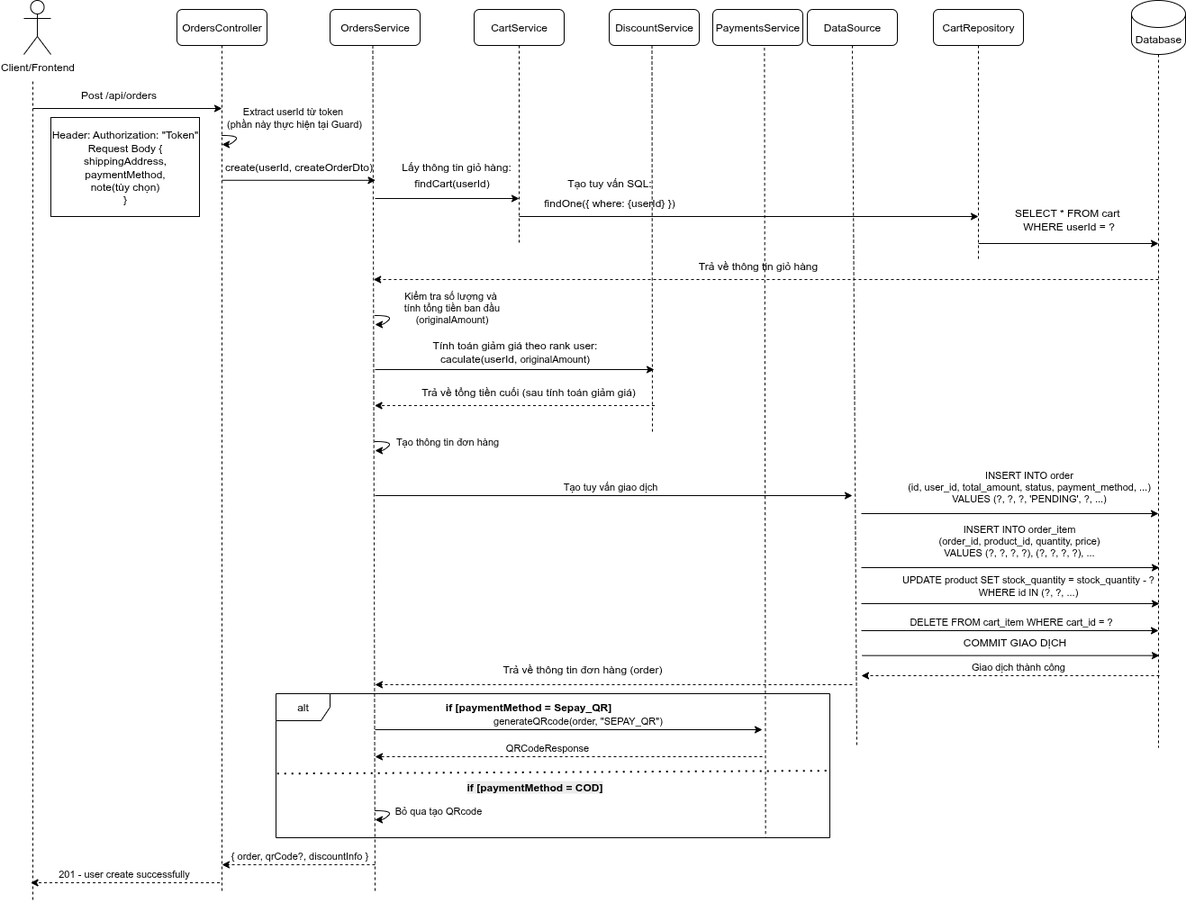
Earlier version of the draw.io export Diagrams/Biểu đồ luồng đăt hàng.drawio.png (HaoNgo232/laptop-shop). Source tidied: cells renumbered, new cells last; positions are measured from the earlier drawing's top-left corner, leaving out a move shared by most shapes.
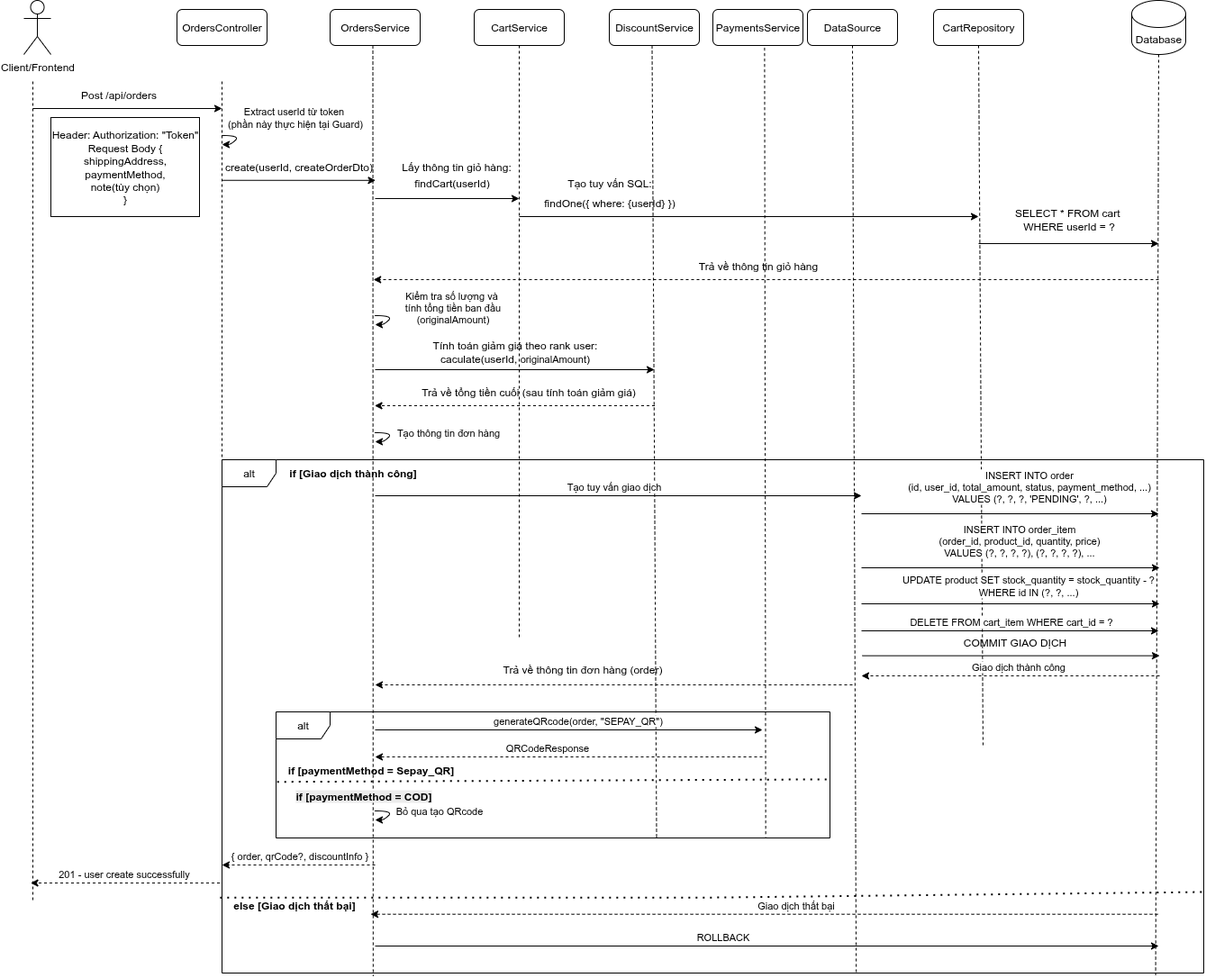
After the commit.

Diff of the diagram source:
```diff
@@ -14,8 +14,9 @@
     <mxCell id="4" value="OrdersController" style="rounded=1;whiteSpace=wrap;html=1;" parent="1" vertex="1">
       <mxGeometry x="170" y="10" width="100" height="40" as="geometry" />
     </mxCell>
-    <mxCell id="5" style="endArrow=none;dashed=1;html=1;rounded=0;exitX=0.5;exitY=1;exitDx=0;exitDy=0;" parent="1" edge="1" source="4">
+    <mxCell id="5" style="endArrow=none;dashed=1;html=1;rounded=0;" parent="1" edge="1">
       <mxGeometry relative="1" as="geometry">
+        <mxPoint x="220" y="90" as="sourcePoint" />
         <mxPoint x="220" y="990" as="targetPoint" />
       </mxGeometry>
     </mxCell>
@@ -39,10 +40,9 @@
         <mxPoint x="220" y="199.7" as="sourcePoint" />
       </mxGeometry>
     </mxCell>
-    <mxCell id="11" style="endArrow=none;dashed=1;html=1;rounded=0;" parent="1" edge="1">
+    <mxCell id="11" style="endArrow=none;dashed=1;html=1;rounded=0;entryX=0.154;entryY=1.006;entryDx=0;entryDy=0;entryPerimeter=0;" parent="1" edge="1" target="80">
       <mxGeometry relative="1" as="geometry">
         <mxPoint x="387.5" y="50" as="sourcePoint" />
-        <mxPoint x="390" y="990" as="targetPoint" />
       </mxGeometry>
     </mxCell>
     <mxCell id="12" value="create(userId, createOrderDto)" style="text;html=1;align=center;verticalAlign=middle;points=[];strokeColor=none;fillColor=none;" parent="1" vertex="1">
@@ -68,7 +68,7 @@
     </mxCell>
     <mxCell id="16" style="endArrow=none;dashed=1;html=1;rounded=0;exitX=0.5;exitY=1;exitDx=0;exitDy=0;" parent="1" edge="1" source="15">
       <mxGeometry relative="1" as="geometry">
-        <mxPoint x="550" y="270" as="targetPoint" />
+        <mxPoint x="550" y="710" as="targetPoint" />
       </mxGeometry>
     </mxCell>
     <mxCell id="17" style="endArrow=classic;html=1;rounded=0;" parent="1" edge="1">
@@ -89,7 +89,7 @@
     <mxCell id="21" style="endArrow=none;dashed=1;html=1;rounded=0;" parent="1" edge="1">
       <mxGeometry relative="1" as="geometry">
         <mxPoint x="1060" y="50" as="sourcePoint" />
-        <mxPoint x="1060" y="290" as="targetPoint" />
+        <mxPoint x="1065" y="830" as="targetPoint" />
       </mxGeometry>
     </mxCell>
     <mxCell id="22" style="endArrow=classic;html=1;rounded=0;" parent="1" edge="1">
@@ -104,10 +104,9 @@
     <mxCell id="24" value="Database" style="shape=cylinder3;whiteSpace=wrap;html=1;boundedLbl=1;backgroundOutline=1;size=15;" parent="1" vertex="1">
       <mxGeometry x="1230" width="60" height="60" as="geometry" />
     </mxCell>
-    <mxCell id="25" style="endArrow=none;dashed=1;html=1;rounded=0;" parent="1" edge="1">
+    <mxCell id="25" style="endArrow=none;dashed=1;html=1;rounded=0;entryX=0.951;entryY=1.004;entryDx=0;entryDy=0;entryPerimeter=0;" parent="1" edge="1" target="80">
       <mxGeometry relative="1" as="geometry">
         <mxPoint x="1260" y="60" as="sourcePoint" />
-        <mxPoint x="1260" y="830" as="targetPoint" />
       </mxGeometry>
     </mxCell>
     <mxCell id="26" style="endArrow=classic;html=1;rounded=0;" parent="1" edge="1">
@@ -149,10 +148,9 @@
     <mxCell id="33" value="DiscountService" style="rounded=1;whiteSpace=wrap;html=1;" parent="1" vertex="1">
       <mxGeometry x="650" y="10" width="100" height="40" as="geometry" />
     </mxCell>
-    <mxCell id="34" style="endArrow=none;dashed=1;html=1;rounded=0;" parent="1" edge="1">
+    <mxCell id="34" style="endArrow=none;dashed=1;html=1;rounded=0;entryX=0.687;entryY=1;entryDx=0;entryDy=0;entryPerimeter=0;" parent="1" edge="1" target="64">
       <mxGeometry relative="1" as="geometry">
         <mxPoint x="697.5" y="50" as="sourcePoint" />
-        <mxPoint x="698" y="480" as="targetPoint" />
       </mxGeometry>
     </mxCell>
     <mxCell id="35" style="endArrow=classic;html=1;rounded=0;" parent="1" edge="1">
@@ -175,11 +173,11 @@
     </mxCell>
     <mxCell id="39" style="curved=1;endArrow=classic;html=1;rounded=0;" parent="1" edge="1">
       <mxGeometry relative="1" as="geometry">
-        <mxPoint x="390" y="490" as="sourcePoint" />
-        <mxPoint x="390" y="500" as="targetPoint" />
+        <mxPoint x="390" y="480" as="sourcePoint" />
+        <mxPoint x="390" y="490" as="targetPoint" />
         <Array as="points">
-          <mxPoint x="410" y="490" />
-          <mxPoint x="400" y="500" />
+          <mxPoint x="410" y="480" />
+          <mxPoint x="400" y="490" />
         </Array>
       </mxGeometry>
     </mxCell>
@@ -191,16 +189,15 @@
     <mxCell id="41" value="DataSource" style="rounded=1;whiteSpace=wrap;html=1;" parent="1" vertex="1">
       <mxGeometry x="870" y="10" width="100" height="40" as="geometry" />
     </mxCell>
-    <mxCell id="42" style="endArrow=none;dashed=1;html=1;rounded=0;" parent="1" edge="1">
+    <mxCell id="42" style="endArrow=none;dashed=1;html=1;rounded=0;entryX=0.646;entryY=0.998;entryDx=0;entryDy=0;entryPerimeter=0;" parent="1" edge="1" target="80">
       <mxGeometry relative="1" as="geometry">
         <mxPoint x="920" y="50" as="sourcePoint" />
-        <mxPoint x="925" y="830" as="targetPoint" />
       </mxGeometry>
     </mxCell>
     <mxCell id="43" style="endArrow=classic;html=1;rounded=0;" parent="1" edge="1">
       <mxGeometry relative="1" as="geometry">
         <mxPoint x="390" y="550" as="sourcePoint" />
-        <mxPoint x="920" y="550" as="targetPoint" />
+        <mxPoint x="930" y="550" as="targetPoint" />
       </mxGeometry>
     </mxCell>
     <mxCell id="44" value="Tạo tuy vấn giao dịch" style="edgeLabel;html=1;align=center;verticalAlign=middle;" parent="43" vertex="1">
@@ -307,7 +304,7 @@
       </mxGeometry>
     </mxCell>
     <mxCell id="64" value="alt" style="shape=umlFrame;whiteSpace=wrap;html=1;" parent="1" vertex="1">
-      <mxGeometry x="280" y="770" width="615" height="160" as="geometry" />
+      <mxGeometry x="280" y="790" width="615" height="140" as="geometry" />
     </mxCell>
     <mxCell id="65" value="PaymentsService" style="rounded=1;whiteSpace=wrap;html=1;" parent="1" vertex="1">
       <mxGeometry x="765" y="10" width="100" height="40" as="geometry" />
@@ -319,7 +316,7 @@
       <mxGeometry relative="1" as="geometry" />
     </mxCell>
     <mxCell id="68" value="&lt;b&gt;if [paymentMethod = Sepay_QR]&lt;/b&gt;" style="text;html=1;align=center;verticalAlign=middle;strokeColor=none;fillColor=none;" parent="1" vertex="1">
-      <mxGeometry x="455" y="770" width="210" height="30" as="geometry" />
+      <mxGeometry x="280" y="840" width="210" height="30" as="geometry" />
     </mxCell>
     <mxCell id="69" style="endArrow=classic;html=1;rounded=0;" parent="1" edge="1">
       <mxGeometry relative="1" as="geometry">
@@ -359,7 +356,7 @@
       </mxGeometry>
     </mxCell>
     <mxCell id="75" value="&lt;b style=&quot;forced-color-adjust: none; color: rgb(0, 0, 0); font-family: Helvetica; font-size: 12px; font-style: normal; font-variant-ligatures: normal; font-variant-caps: normal; letter-spacing: normal; orphans: 2; text-align: center; text-indent: 0px; text-transform: none; widows: 2; word-spacing: 0px; -webkit-text-stroke-width: 0px; white-space: nowrap; background-color: rgb(236, 236, 236); text-decoration-thickness: initial; text-decoration-style: initial; text-decoration-color: initial;&quot;&gt;if [paymentMethod = COD]&lt;/b&gt;" style="text;whiteSpace=wrap;html=1;" parent="1" vertex="1">
-      <mxGeometry x="490" y="860" width="220" height="40" as="geometry" />
+      <mxGeometry x="300" y="870" width="220" height="40" as="geometry" />
     </mxCell>
     <mxCell id="76" style="endArrow=classic;html=1;rounded=0;dashed=1;" parent="1" edge="1">
       <mxGeometry relative="1" as="geometry">
@@ -383,5 +380,45 @@
         <mxPoint x="10" y="-9" as="offset" />
       </mxGeometry>
     </mxCell>
+    <mxCell id="80" value="alt" style="shape=umlFrame;whiteSpace=wrap;html=1;" parent="1" vertex="1">
+      <mxGeometry x="220" y="510" width="1090" height="570" as="geometry" />
+    </mxCell>
+    <mxCell id="81" style="endArrow=none;dashed=1;html=1;dashPattern=1 3;strokeWidth=2;rounded=0;exitX=0.002;exitY=0.555;exitDx=0;exitDy=0;exitPerimeter=0;entryX=1.002;entryY=0.468;entryDx=0;entryDy=0;entryPerimeter=0;fontStyle=1;" parent="1" edge="1">
+      <mxGeometry relative="1" as="geometry">
+        <mxPoint x="217.8" y="996.2" as="sourcePoint" />
+        <mxPoint x="1310" y="990" as="targetPoint" />
+        <Array as="points">
+          <mxPoint x="757.8" y="996.2" />
+        </Array>
+      </mxGeometry>
+    </mxCell>
+    <mxCell id="82" value="&lt;b&gt;if [Giao dịch thành công]&lt;/b&gt;" style="text;html=1;align=center;verticalAlign=middle;strokeColor=none;fillColor=none;" parent="1" vertex="1">
+      <mxGeometry x="285" y="510" width="160" height="30" as="geometry" />
+    </mxCell>
+    <mxCell id="83" value="&lt;b&gt;else [Giao dịch thất bại]&lt;/b&gt;" style="text;html=1;align=center;verticalAlign=middle;strokeColor=none;fillColor=none;" parent="1" vertex="1">
+      <mxGeometry x="220" y="990" width="160" height="30" as="geometry" />
+    </mxCell>
+    <mxCell id="84" style="endArrow=classic;html=1;rounded=0;dashed=1;entryX=1.006;entryY=0.333;entryDx=0;entryDy=0;entryPerimeter=0;" parent="1" edge="1">
+      <mxGeometry relative="1" as="geometry">
+        <mxPoint x="1259" y="1014.7" as="sourcePoint" />
+        <mxPoint x="385" y="1014.7" as="targetPoint" />
+      </mxGeometry>
+    </mxCell>
+    <mxCell id="85" value="Giao dịch thất bại" style="edgeLabel;html=1;align=center;verticalAlign=middle;" parent="84" vertex="1">
+      <mxGeometry x="-0.1" y="-3" relative="1" as="geometry">
+        <mxPoint x="-8" y="-7" as="offset" />
+      </mxGeometry>
+    </mxCell>
+    <mxCell id="86" style="endArrow=classic;html=1;rounded=0;" parent="1" edge="1">
+      <mxGeometry relative="1" as="geometry">
+        <mxPoint x="390" y="1050" as="sourcePoint" />
+        <mxPoint x="1260" y="1050" as="targetPoint" />
+      </mxGeometry>
+    </mxCell>
+    <mxCell id="87" value="ROLLBACK" style="edgeLabel;html=1;align=center;verticalAlign=middle;" parent="86" vertex="1">
+      <mxGeometry x="-0.26" relative="1" as="geometry">
+        <mxPoint x="66" y="-10" as="offset" />
+      </mxGeometry>
+    </mxCell>
   </root>
 </mxGraphModel>
```
